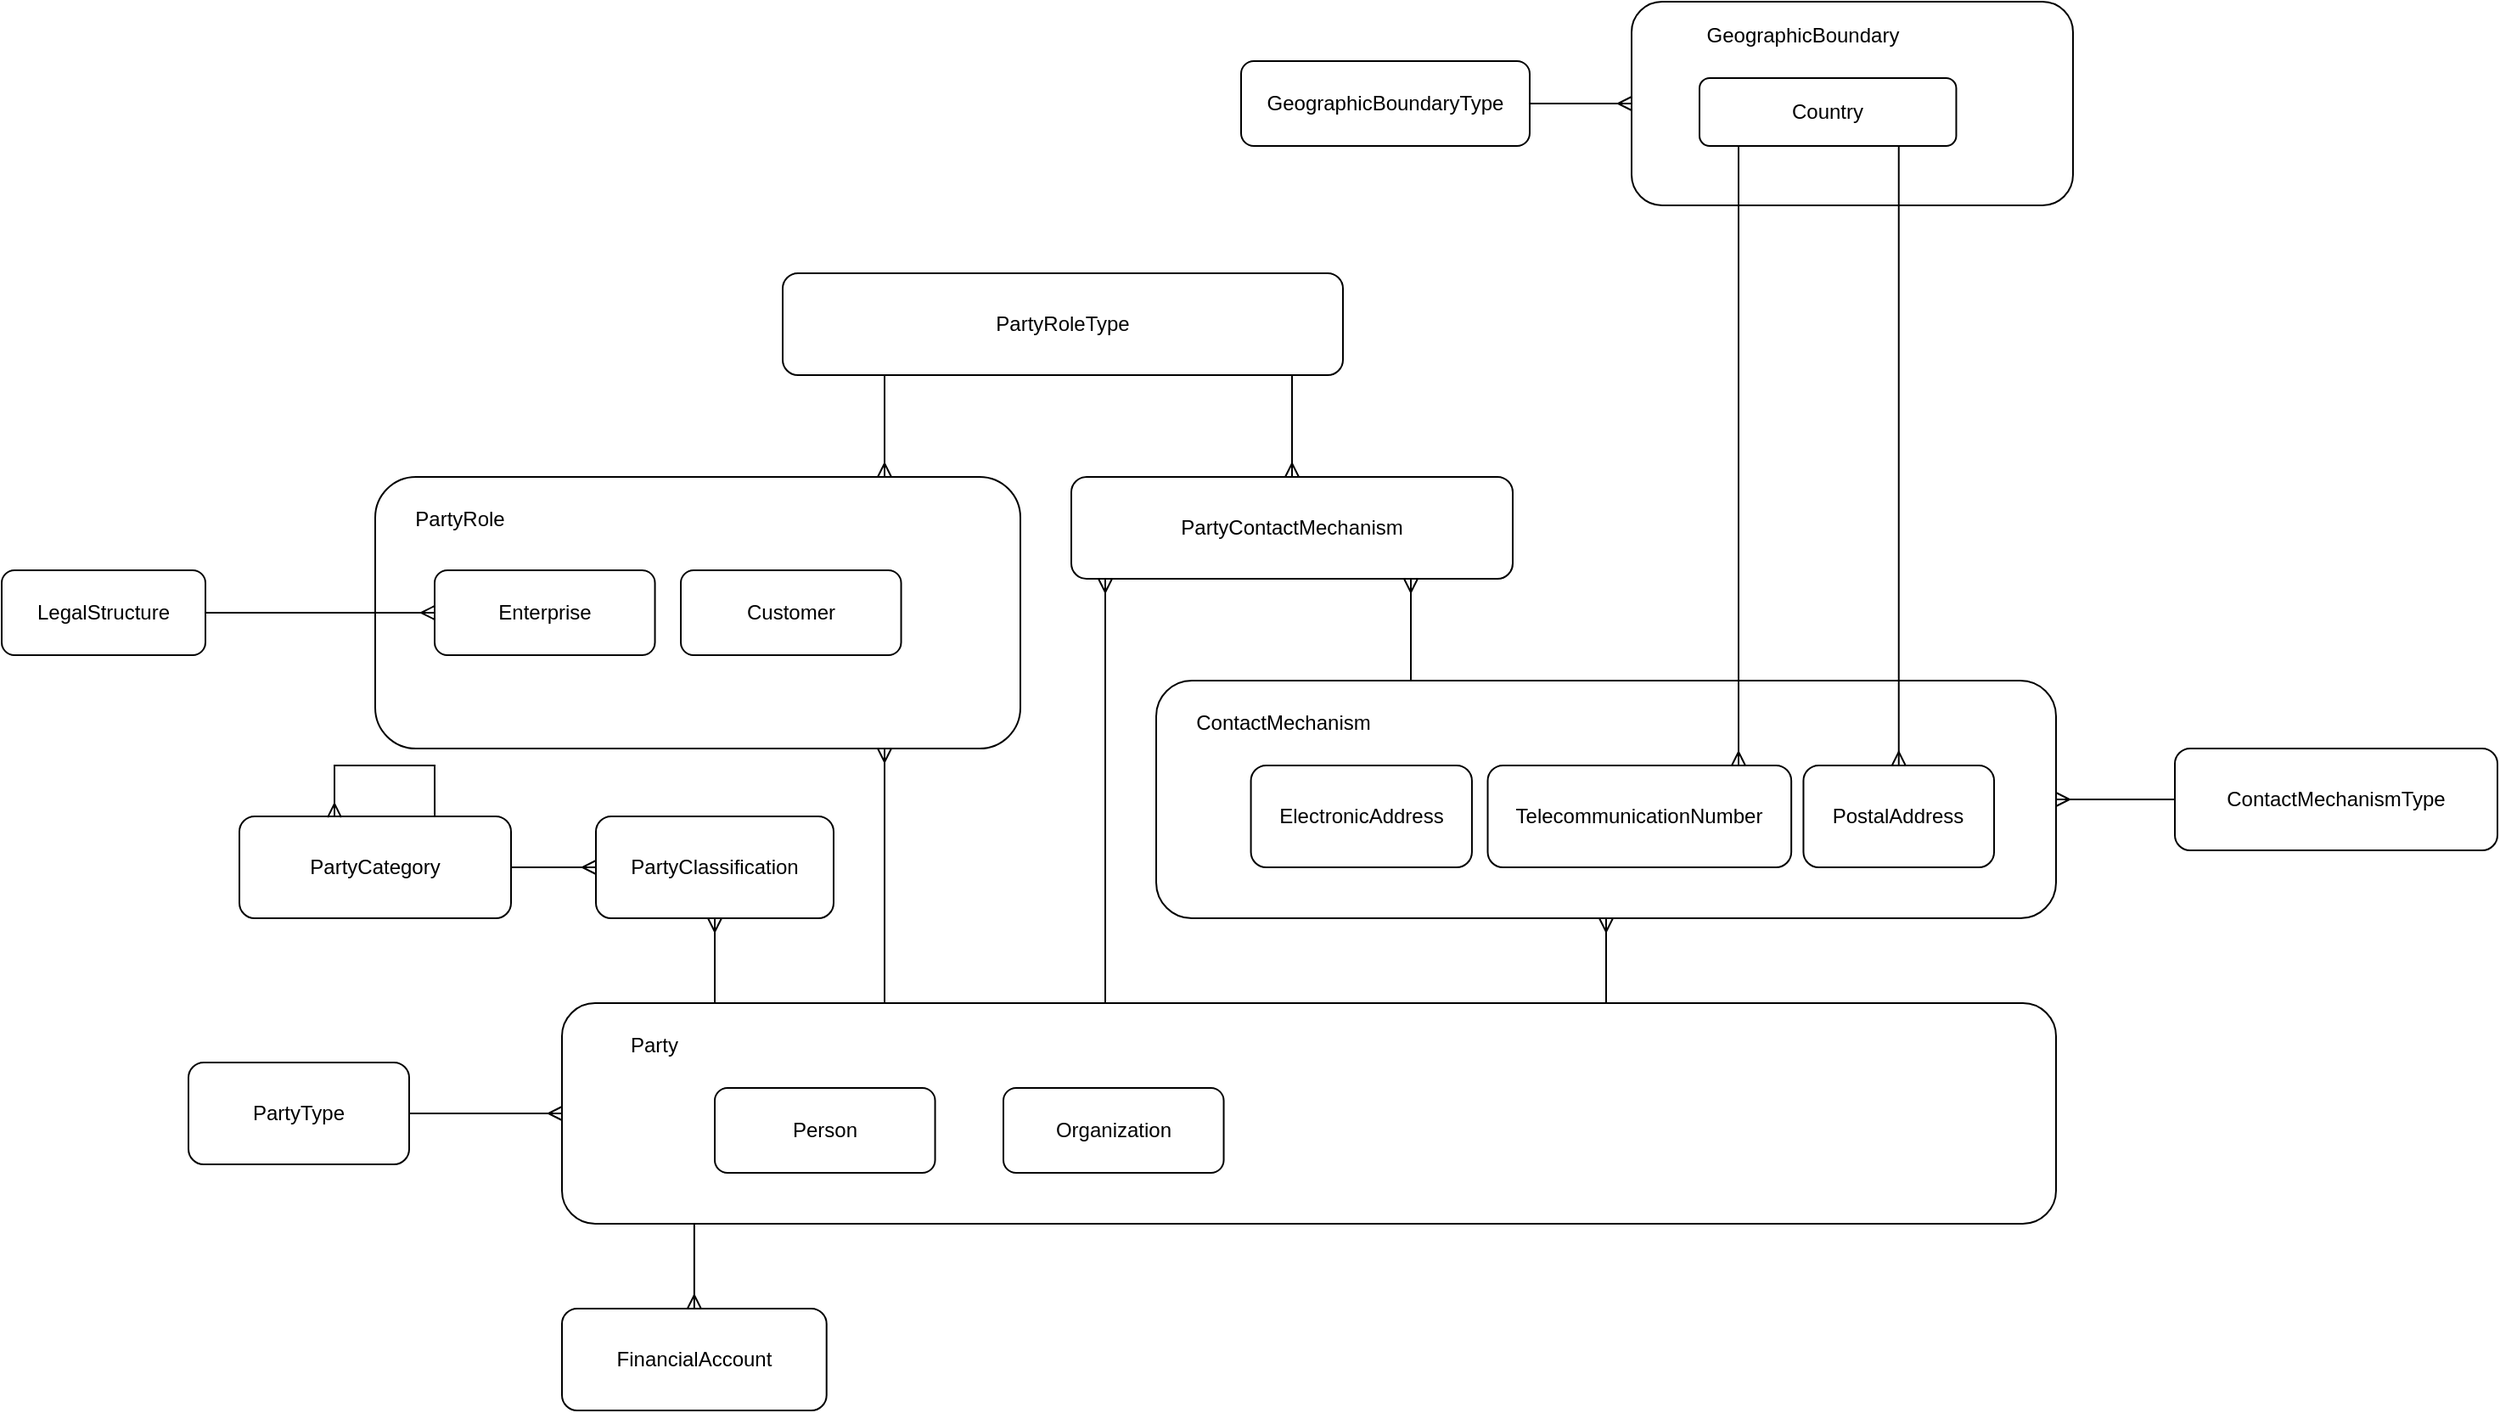
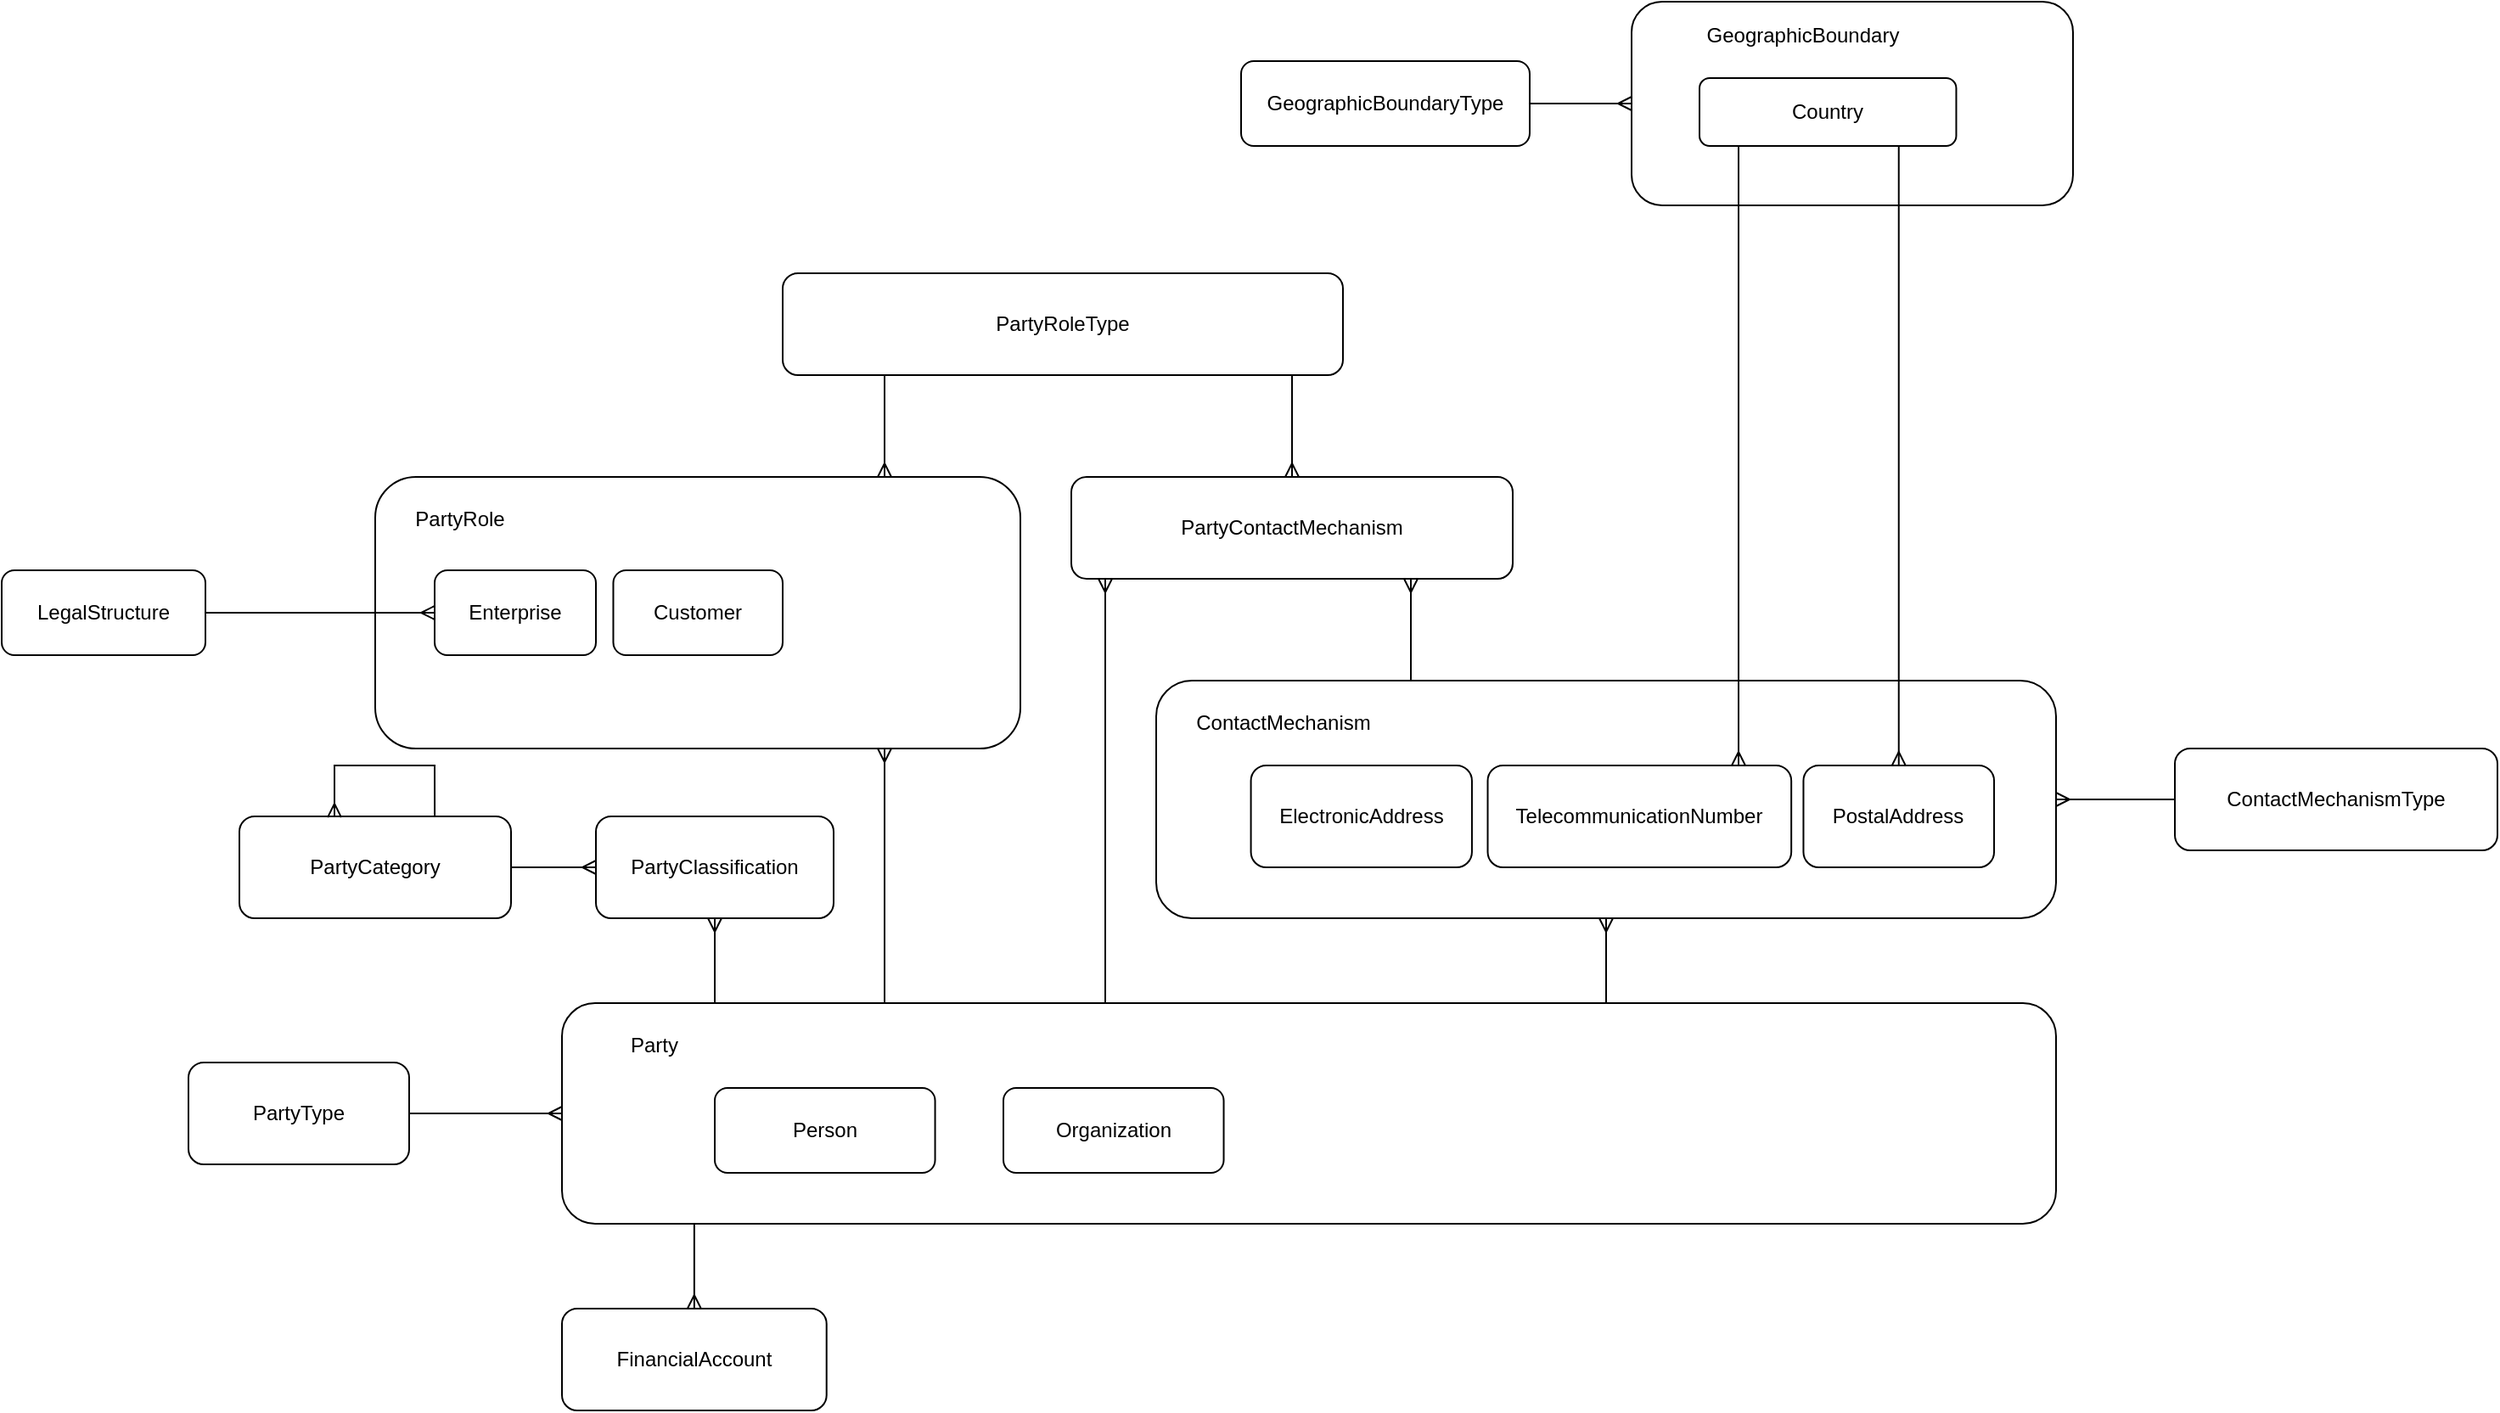
<mxfile host="app.diagrams.net" agent="Mozilla/5.0 (Windows NT 10.0; Win64; x64) AppleWebKit/537.36 (KHTML, like Gecko) Chrome/141.0.0.0 Safari/537.36" version="28.2.9">
  <diagram name="Page-1" id="d0nJ6Fx9cUZLMqGtfM0H">
    <mxGraphModel dx="1947" dy="1755" grid="1" gridSize="10" guides="1" tooltips="1" connect="1" arrows="1" fold="1" page="1" pageScale="1" pageWidth="850" pageHeight="1100" math="0" shadow="0">
      <root>
        <mxCell id="0" />
        <mxCell id="1" parent="0" />
        <mxCell id="tdPrWEJd15tEannaNgth-4" style="edgeStyle=orthogonalEdgeStyle;rounded=0;orthogonalLoop=1;jettySize=auto;html=1;startArrow=ERmany;startFill=0;endArrow=none;endFill=0;" edge="1" parent="1" source="tdPrWEJd15tEannaNgth-2" target="tdPrWEJd15tEannaNgth-3">
          <mxGeometry relative="1" as="geometry" />
        </mxCell>
        <mxCell id="tdPrWEJd15tEannaNgth-3" value="ContactMechanismType" style="rounded=1;whiteSpace=wrap;html=1;" vertex="1" parent="1">
          <mxGeometry x="600" y="260" width="190" height="60" as="geometry" />
        </mxCell>
        <mxCell id="tdPrWEJd15tEannaNgth-13" value="PartyRoleType" style="rounded=1;whiteSpace=wrap;html=1;" vertex="1" parent="1">
          <mxGeometry x="-220" y="-20" width="330" height="60" as="geometry" />
        </mxCell>
        <mxCell id="tdPrWEJd15tEannaNgth-14" style="edgeStyle=orthogonalEdgeStyle;rounded=0;orthogonalLoop=1;jettySize=auto;html=1;startArrow=ERmany;startFill=0;endArrow=none;endFill=0;" edge="1" parent="1" source="tdPrWEJd15tEannaNgth-15" target="tdPrWEJd15tEannaNgth-13">
          <mxGeometry relative="1" as="geometry">
            <mxPoint x="730" y="430" as="sourcePoint" />
            <mxPoint x="730" y="350" as="targetPoint" />
            <Array as="points">
              <mxPoint x="50" y="30" />
              <mxPoint x="50" y="30" />
            </Array>
          </mxGeometry>
        </mxCell>
        <mxCell id="tdPrWEJd15tEannaNgth-15" value="PartyContactMechanism" style="rounded=1;whiteSpace=wrap;html=1;" vertex="1" parent="1">
          <mxGeometry x="-50" y="100" width="260" height="60" as="geometry" />
        </mxCell>
        <mxCell id="tdPrWEJd15tEannaNgth-18" style="edgeStyle=orthogonalEdgeStyle;rounded=0;orthogonalLoop=1;jettySize=auto;html=1;startArrow=ERmany;startFill=0;endArrow=none;endFill=0;" edge="1" parent="1" source="tdPrWEJd15tEannaNgth-15">
          <mxGeometry relative="1" as="geometry">
            <mxPoint x="-30.00117647058829" y="130" as="sourcePoint" />
            <mxPoint x="-30.00117647058829" y="410" as="targetPoint" />
            <Array as="points">
              <mxPoint x="-30" y="210" />
              <mxPoint x="-30" y="210" />
            </Array>
          </mxGeometry>
        </mxCell>
        <mxCell id="tdPrWEJd15tEannaNgth-19" value="" style="group" vertex="1" connectable="0" parent="1">
          <mxGeometry y="220" width="530" height="140" as="geometry" />
        </mxCell>
        <mxCell id="tdPrWEJd15tEannaNgth-2" value="" style="rounded=1;whiteSpace=wrap;html=1;" vertex="1" parent="tdPrWEJd15tEannaNgth-19">
          <mxGeometry width="530" height="140" as="geometry" />
        </mxCell>
        <mxCell id="tdPrWEJd15tEannaNgth-5" value="ElectronicAddress" style="rounded=1;whiteSpace=wrap;html=1;" vertex="1" parent="tdPrWEJd15tEannaNgth-19">
          <mxGeometry x="55.78947368421052" y="50" width="130.17543859649123" height="60" as="geometry" />
        </mxCell>
        <mxCell id="tdPrWEJd15tEannaNgth-6" value="TelecommunicationNumber" style="rounded=1;whiteSpace=wrap;html=1;" vertex="1" parent="tdPrWEJd15tEannaNgth-19">
          <mxGeometry x="195.26315789473682" y="50" width="178.81456140350878" height="60" as="geometry" />
        </mxCell>
        <mxCell id="tdPrWEJd15tEannaNgth-7" value="ContactMechanism" style="text;html=1;whiteSpace=wrap;strokeColor=none;fillColor=none;align=center;verticalAlign=middle;rounded=0;" vertex="1" parent="tdPrWEJd15tEannaNgth-19">
          <mxGeometry x="27.896882591093107" y="10" width="94.41295546558705" height="30" as="geometry" />
        </mxCell>
        <mxCell id="tdPrWEJd15tEannaNgth-8" value="PostalAddress" style="rounded=1;whiteSpace=wrap;html=1;" vertex="1" parent="tdPrWEJd15tEannaNgth-19">
          <mxGeometry x="381.2280701754386" y="50" width="112.29491228070175" height="60" as="geometry" />
        </mxCell>
        <mxCell id="tdPrWEJd15tEannaNgth-20" style="edgeStyle=orthogonalEdgeStyle;rounded=0;orthogonalLoop=1;jettySize=auto;html=1;startArrow=ERmany;startFill=0;endArrow=none;endFill=0;" edge="1" parent="1" source="tdPrWEJd15tEannaNgth-15" target="tdPrWEJd15tEannaNgth-2">
          <mxGeometry relative="1" as="geometry">
            <mxPoint x="370" y="130" as="sourcePoint" />
            <mxPoint x="370" y="440" as="targetPoint" />
            <Array as="points">
              <mxPoint x="150" y="170" />
              <mxPoint x="150" y="170" />
            </Array>
          </mxGeometry>
        </mxCell>
        <mxCell id="tdPrWEJd15tEannaNgth-21" style="edgeStyle=orthogonalEdgeStyle;rounded=0;orthogonalLoop=1;jettySize=auto;html=1;startArrow=ERmany;startFill=0;endArrow=none;endFill=0;" edge="1" parent="1" source="tdPrWEJd15tEannaNgth-2" target="tdPrWEJd15tEannaNgth-1">
          <mxGeometry relative="1" as="geometry">
            <mxPoint x="240" y="400" as="sourcePoint" />
            <mxPoint x="240" y="470" as="targetPoint" />
            <Array as="points">
              <mxPoint x="305" y="420" />
              <mxPoint x="305" y="420" />
            </Array>
          </mxGeometry>
        </mxCell>
        <mxCell id="tdPrWEJd15tEannaNgth-22" value="LegalStructure" style="rounded=1;whiteSpace=wrap;html=1;" vertex="1" parent="1">
          <mxGeometry x="-680" y="155" width="120" height="50" as="geometry" />
        </mxCell>
        <mxCell id="tdPrWEJd15tEannaNgth-27" value="PartyClassification" style="rounded=1;whiteSpace=wrap;html=1;" vertex="1" parent="1">
          <mxGeometry x="-330" y="300" width="140" height="60" as="geometry" />
        </mxCell>
        <mxCell id="tdPrWEJd15tEannaNgth-28" value="PartyCategory" style="rounded=1;whiteSpace=wrap;html=1;" vertex="1" parent="1">
          <mxGeometry x="-540" y="300" width="160" height="60" as="geometry" />
        </mxCell>
        <mxCell id="tdPrWEJd15tEannaNgth-31" style="edgeStyle=orthogonalEdgeStyle;rounded=0;orthogonalLoop=1;jettySize=auto;html=1;startArrow=ERmany;startFill=0;endArrow=none;endFill=0;" edge="1" parent="1" source="tdPrWEJd15tEannaNgth-27" target="tdPrWEJd15tEannaNgth-1">
          <mxGeometry relative="1" as="geometry">
            <mxPoint x="-260" y="180" as="sourcePoint" />
            <mxPoint x="-260" y="250" as="targetPoint" />
            <Array as="points">
              <mxPoint x="-260" y="370" />
              <mxPoint x="-260" y="370" />
            </Array>
          </mxGeometry>
        </mxCell>
        <mxCell id="tdPrWEJd15tEannaNgth-32" style="edgeStyle=orthogonalEdgeStyle;rounded=0;orthogonalLoop=1;jettySize=auto;html=1;startArrow=ERmany;startFill=0;endArrow=none;endFill=0;" edge="1" parent="1" source="tdPrWEJd15tEannaNgth-27" target="tdPrWEJd15tEannaNgth-28">
          <mxGeometry relative="1" as="geometry">
            <mxPoint x="-230" y="210" as="sourcePoint" />
            <mxPoint x="-230" y="280" as="targetPoint" />
            <Array as="points" />
          </mxGeometry>
        </mxCell>
        <mxCell id="tdPrWEJd15tEannaNgth-33" style="edgeStyle=orthogonalEdgeStyle;rounded=0;orthogonalLoop=1;jettySize=auto;html=1;startArrow=ERmany;startFill=0;endArrow=none;endFill=0;exitX=0.35;exitY=0.009;exitDx=0;exitDy=0;exitPerimeter=0;entryX=0.719;entryY=0;entryDx=0;entryDy=0;entryPerimeter=0;" edge="1" parent="1" source="tdPrWEJd15tEannaNgth-28" target="tdPrWEJd15tEannaNgth-28">
          <mxGeometry relative="1" as="geometry">
            <mxPoint x="-485" y="290" as="sourcePoint" />
            <mxPoint x="-425" y="290" as="targetPoint" />
            <Array as="points">
              <mxPoint x="-484" y="270" />
              <mxPoint x="-425" y="270" />
            </Array>
          </mxGeometry>
        </mxCell>
        <mxCell id="tdPrWEJd15tEannaNgth-35" value="" style="rounded=1;whiteSpace=wrap;html=1;" vertex="1" parent="1">
          <mxGeometry x="-460" y="100" width="380" height="160" as="geometry" />
        </mxCell>
        <mxCell id="tdPrWEJd15tEannaNgth-37" style="edgeStyle=orthogonalEdgeStyle;rounded=0;orthogonalLoop=1;jettySize=auto;html=1;startArrow=ERmany;startFill=0;endArrow=none;endFill=0;" edge="1" parent="1" source="tdPrWEJd15tEannaNgth-35">
          <mxGeometry relative="1" as="geometry">
            <mxPoint x="-160" y="260.0000000000002" as="sourcePoint" />
            <mxPoint x="-160" y="410" as="targetPoint" />
            <Array as="points">
              <mxPoint x="-160" y="260" />
            </Array>
          </mxGeometry>
        </mxCell>
        <mxCell id="tdPrWEJd15tEannaNgth-38" style="edgeStyle=orthogonalEdgeStyle;rounded=0;orthogonalLoop=1;jettySize=auto;html=1;startArrow=ERmany;startFill=0;endArrow=none;endFill=0;" edge="1" parent="1" source="tdPrWEJd15tEannaNgth-35" target="tdPrWEJd15tEannaNgth-13">
          <mxGeometry relative="1" as="geometry">
            <mxPoint x="-150" y="170" as="sourcePoint" />
            <mxPoint x="-150" y="20" as="targetPoint" />
            <Array as="points">
              <mxPoint x="-160" y="60" />
              <mxPoint x="-160" y="60" />
            </Array>
          </mxGeometry>
        </mxCell>
        <mxCell id="tdPrWEJd15tEannaNgth-1" value="" style="rounded=1;whiteSpace=wrap;html=1;" vertex="1" parent="1">
          <mxGeometry x="-350" y="410" width="880" height="130" as="geometry" />
        </mxCell>
        <mxCell id="tdPrWEJd15tEannaNgth-9" value="Party" style="text;html=1;whiteSpace=wrap;strokeColor=none;fillColor=none;align=center;verticalAlign=middle;rounded=0;" vertex="1" parent="1">
          <mxGeometry x="-336.46153846153845" y="420" width="81.23076923076923" height="30" as="geometry" />
        </mxCell>
        <mxCell id="tdPrWEJd15tEannaNgth-17" value="Enterprise" style="rounded=1;whiteSpace=wrap;html=1;" vertex="1" parent="1">
-           <mxGeometry x="-424.99999999999994" y="155" width="129.77" height="50" as="geometry" />
+           <mxGeometry x="-425" y="155" width="95" height="50" as="geometry" />
        </mxCell>
        <mxCell id="tdPrWEJd15tEannaNgth-40" value="PartyRole" style="text;html=1;whiteSpace=wrap;strokeColor=none;fillColor=none;align=center;verticalAlign=middle;rounded=0;" vertex="1" parent="1">
          <mxGeometry x="-440" y="110" width="60" height="30" as="geometry" />
        </mxCell>
        <mxCell id="tdPrWEJd15tEannaNgth-42" style="edgeStyle=orthogonalEdgeStyle;rounded=0;orthogonalLoop=1;jettySize=auto;html=1;startArrow=ERmany;startFill=0;endArrow=none;endFill=0;" edge="1" parent="1" source="tdPrWEJd15tEannaNgth-17" target="tdPrWEJd15tEannaNgth-22">
          <mxGeometry relative="1" as="geometry">
            <mxPoint x="-90" y="320" as="sourcePoint" />
            <mxPoint x="-90" y="480" as="targetPoint" />
            <Array as="points" />
          </mxGeometry>
        </mxCell>
        <mxCell id="tdPrWEJd15tEannaNgth-43" value="Customer" style="rounded=1;whiteSpace=wrap;html=1;" vertex="1" parent="1">
-           <mxGeometry x="-280" y="155" width="129.77" height="50" as="geometry" />
+           <mxGeometry x="-319.77" y="155" width="99.77" height="50" as="geometry" />
        </mxCell>
        <mxCell id="tdPrWEJd15tEannaNgth-44" value="Person" style="rounded=1;whiteSpace=wrap;html=1;" vertex="1" parent="1">
          <mxGeometry x="-260" y="460" width="129.77" height="50" as="geometry" />
        </mxCell>
        <mxCell id="tdPrWEJd15tEannaNgth-45" value="Organization" style="rounded=1;whiteSpace=wrap;html=1;" vertex="1" parent="1">
          <mxGeometry x="-90" y="460" width="129.77" height="50" as="geometry" />
        </mxCell>
        <mxCell id="tdPrWEJd15tEannaNgth-46" value="FinancialAccount" style="rounded=1;whiteSpace=wrap;html=1;" vertex="1" parent="1">
          <mxGeometry x="-350" y="590" width="155.85" height="60" as="geometry" />
        </mxCell>
        <mxCell id="tdPrWEJd15tEannaNgth-47" style="edgeStyle=orthogonalEdgeStyle;rounded=0;orthogonalLoop=1;jettySize=auto;html=1;startArrow=ERmany;startFill=0;endArrow=none;endFill=0;" edge="1" parent="1" source="tdPrWEJd15tEannaNgth-46" target="tdPrWEJd15tEannaNgth-1">
          <mxGeometry relative="1" as="geometry">
            <mxPoint x="-80" y="670" as="sourcePoint" />
            <mxPoint x="-80" y="730" as="targetPoint" />
            <Array as="points">
              <mxPoint x="-278" y="610" />
              <mxPoint x="-278" y="610" />
            </Array>
          </mxGeometry>
        </mxCell>
        <mxCell id="tdPrWEJd15tEannaNgth-48" value="" style="rounded=1;whiteSpace=wrap;html=1;" vertex="1" parent="1">
          <mxGeometry x="280" y="-180" width="260" height="120" as="geometry" />
        </mxCell>
        <mxCell id="tdPrWEJd15tEannaNgth-49" value="GeographicBoundary" style="text;html=1;whiteSpace=wrap;strokeColor=none;fillColor=none;align=center;verticalAlign=middle;rounded=0;" vertex="1" parent="1">
          <mxGeometry x="310" y="-175" width="142.07" height="30" as="geometry" />
        </mxCell>
        <mxCell id="tdPrWEJd15tEannaNgth-50" value="GeographicBoundaryType" style="rounded=1;whiteSpace=wrap;html=1;" vertex="1" parent="1">
          <mxGeometry x="50" y="-145" width="170" height="50" as="geometry" />
        </mxCell>
        <mxCell id="tdPrWEJd15tEannaNgth-51" value="Country" style="rounded=1;whiteSpace=wrap;html=1;" vertex="1" parent="1">
          <mxGeometry x="320" y="-135" width="151.23" height="40" as="geometry" />
        </mxCell>
        <mxCell id="tdPrWEJd15tEannaNgth-52" style="edgeStyle=orthogonalEdgeStyle;rounded=0;orthogonalLoop=1;jettySize=auto;html=1;startArrow=ERmany;startFill=0;endArrow=none;endFill=0;" edge="1" parent="1" source="tdPrWEJd15tEannaNgth-48" target="tdPrWEJd15tEannaNgth-50">
          <mxGeometry relative="1" as="geometry">
            <mxPoint x="120" y="60" as="sourcePoint" />
            <mxPoint x="120" as="targetPoint" />
            <Array as="points" />
          </mxGeometry>
        </mxCell>
        <mxCell id="tdPrWEJd15tEannaNgth-53" style="edgeStyle=orthogonalEdgeStyle;rounded=0;orthogonalLoop=1;jettySize=auto;html=1;startArrow=ERmany;startFill=0;endArrow=none;endFill=0;" edge="1" parent="1" source="tdPrWEJd15tEannaNgth-8" target="tdPrWEJd15tEannaNgth-51">
          <mxGeometry relative="1" as="geometry">
            <mxPoint x="544" y="60" as="sourcePoint" />
            <mxPoint x="460" y="60" as="targetPoint" />
            <Array as="points">
              <mxPoint x="440" y="-110" />
            </Array>
          </mxGeometry>
        </mxCell>
        <mxCell id="tdPrWEJd15tEannaNgth-54" style="edgeStyle=orthogonalEdgeStyle;rounded=0;orthogonalLoop=1;jettySize=auto;html=1;startArrow=ERmany;startFill=0;endArrow=none;endFill=0;" edge="1" parent="1" source="tdPrWEJd15tEannaNgth-6" target="tdPrWEJd15tEannaNgth-51">
          <mxGeometry relative="1" as="geometry">
            <mxPoint x="340" y="490" as="sourcePoint" />
            <mxPoint x="340" y="125" as="targetPoint" />
            <Array as="points">
              <mxPoint x="343" y="190" />
              <mxPoint x="343" y="190" />
            </Array>
          </mxGeometry>
        </mxCell>
        <mxCell id="tdPrWEJd15tEannaNgth-55" value="PartyType" style="rounded=1;whiteSpace=wrap;html=1;" vertex="1" parent="1">
          <mxGeometry x="-570" y="445" width="130" height="60" as="geometry" />
        </mxCell>
        <mxCell id="tdPrWEJd15tEannaNgth-56" style="edgeStyle=orthogonalEdgeStyle;rounded=0;orthogonalLoop=1;jettySize=auto;html=1;startArrow=ERmany;startFill=0;endArrow=none;endFill=0;" edge="1" parent="1" source="tdPrWEJd15tEannaNgth-1" target="tdPrWEJd15tEannaNgth-55">
          <mxGeometry relative="1" as="geometry">
            <mxPoint x="-275" y="470" as="sourcePoint" />
            <mxPoint x="-410" y="470" as="targetPoint" />
            <Array as="points" />
          </mxGeometry>
        </mxCell>
      </root>
    </mxGraphModel>
  </diagram>
</mxfile>
